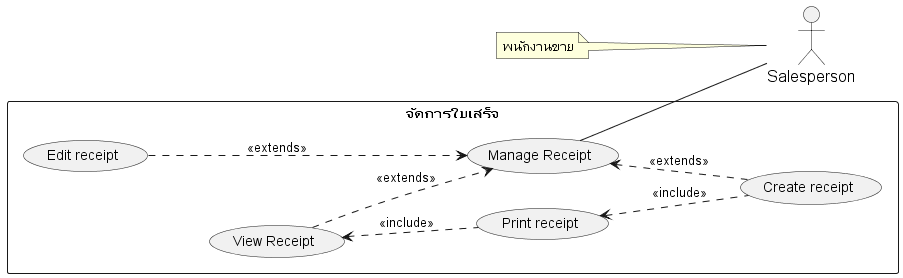
billowdev/inventory-system-plantuml-sequelize-seeder-example keeps this PlantUML diagram as out/system-analysis/usecase/_6_usecase-receipt/_6_usecase-receipt.png. Above is the earlier version.
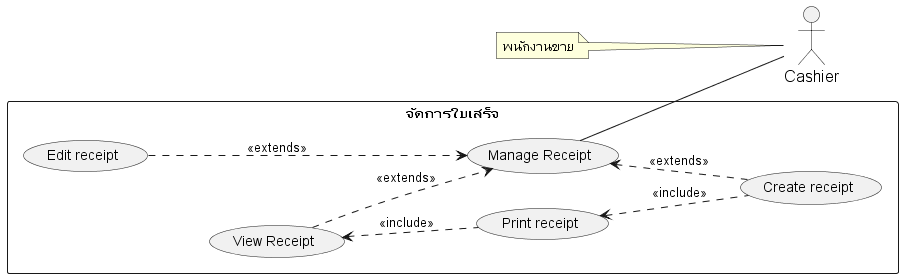
After the change.

Change to the diagram source:
```diff
@@ -17,8 +17,8 @@
 }
 left to right direction
 
-actor Salesperson as actorSalesperson
-note left of actorSalesperson : พนักงานขาย
+actor Cashier as actorCashier
+note left of actorCashier : พนักงานขาย
 
 
 rectangle "จัดการใบเสร็จ" as manageReceipt {
@@ -42,7 +42,7 @@
     (usecaseCreateReceipt) .up.> (usecasePrintReceipt) : <<include>>
     (usecaseViewReceipt)  <..   (usecasePrintReceipt): <<include>>
 
-    (usecaseReceipt) -- actorSalesperson
+    (usecaseReceipt) -- actorCashier
 
 
 
```
